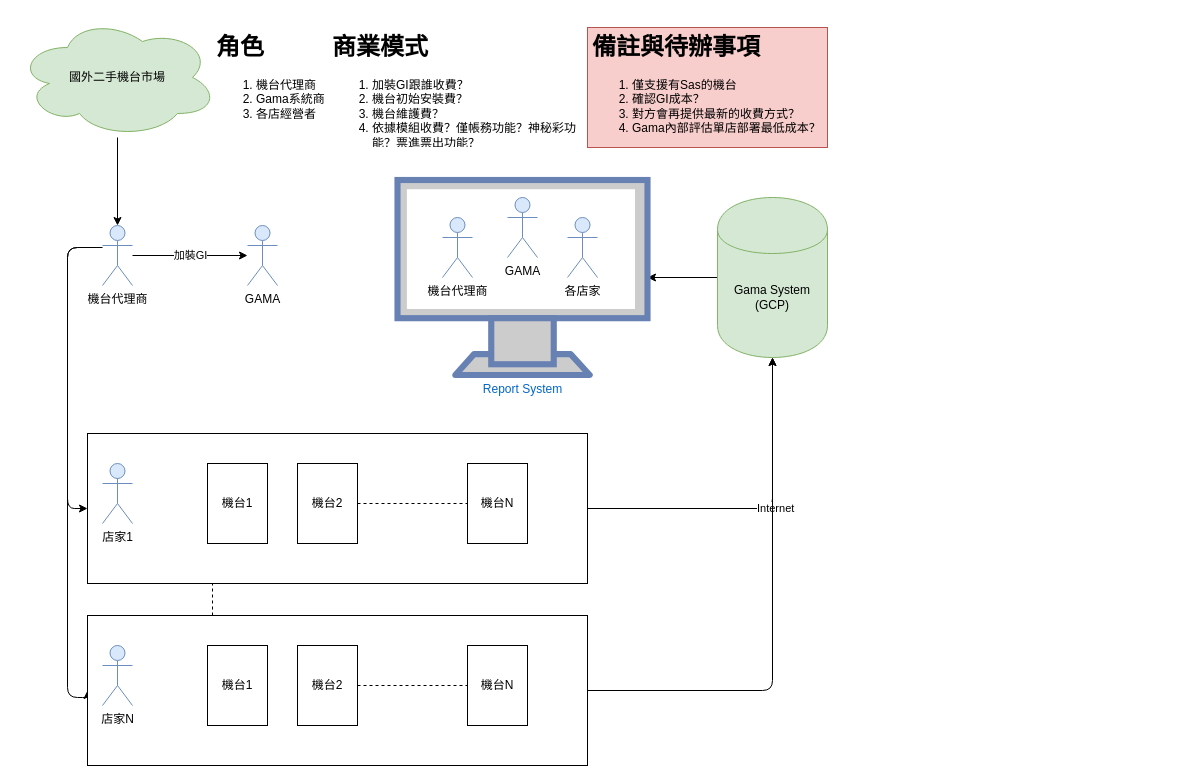
pingle1202/JiraFlow keeps this draw.io diagram as GCMS New.drawio. Above is the earlier version. Source tidied: cells renumbered, new cells numbered last; positions are measured from the earlier drawing's top-left corner, leaving out a move shared by most shapes. Both pictures are drawn from the tidied source at 100%, with x=0, y=0 at pixel (17, 17).
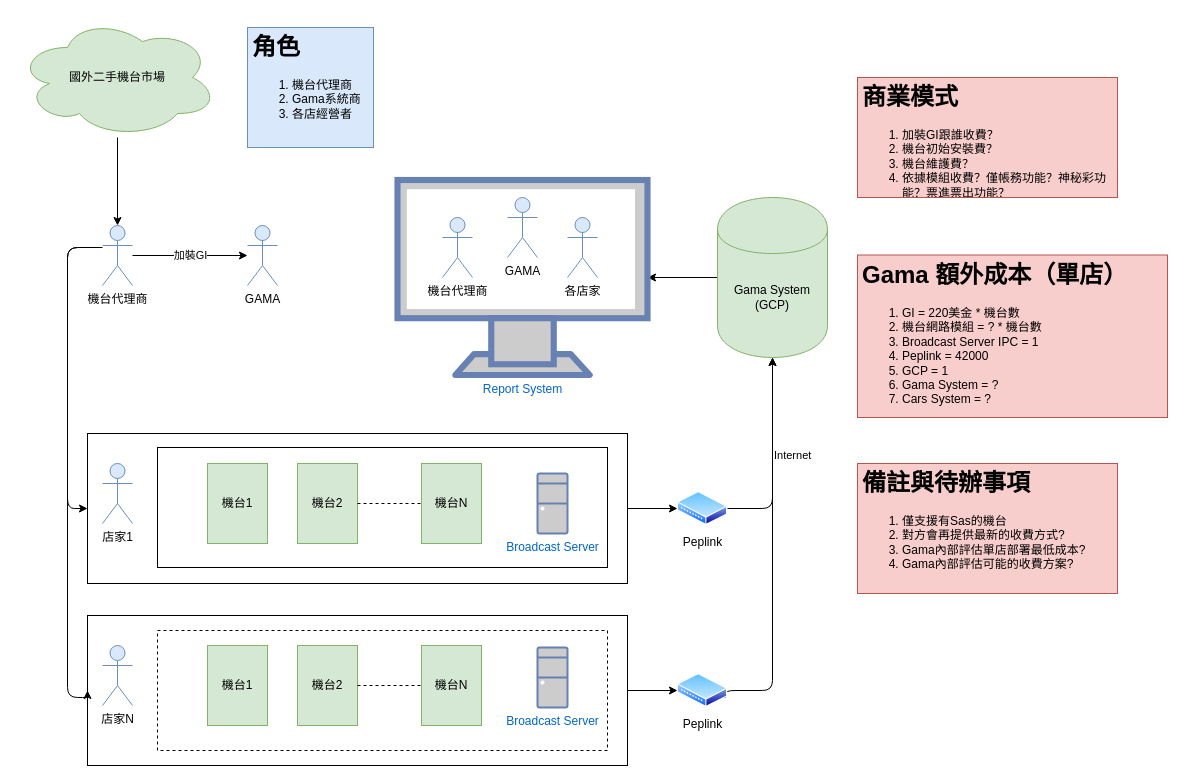
After the change.

Unchanged cells that the change refers to:
```xml
<mxCell id="25" value="Gama System&lt;br&gt;(GCP)" style="shape=cylinder;whiteSpace=wrap;html=1;boundedLbl=1;backgroundOutline=1;fillColor=#d5e8d4;strokeColor=#82b366;" parent="1" vertex="1">
  <mxGeometry x="700" y="180" width="110" height="160" as="geometry" />
</mxCell>
```

Diff of the diagram source:
```diff
@@
+    <mxCell id="16" style="rounded=0;whiteSpace=wrap;html=1;" parent="1" vertex="1">
+      <mxGeometry x="70" y="598" width="540" height="150" as="geometry" />
+    </mxCell>
+    <mxCell id="33" style="rounded=0;whiteSpace=wrap;html=1;dashed=1;" parent="1" vertex="1">
+      <mxGeometry x="140" y="613" width="450" height="120" as="geometry" />
+    </mxCell>
+    <mxCell id="3" style="rounded=0;whiteSpace=wrap;html=1;" parent="1" vertex="1">
+      <mxGeometry x="70" y="416" width="540" height="150" as="geometry" />
+    </mxCell>
+    <mxCell id="34" style="rounded=0;whiteSpace=wrap;html=1;" parent="1" vertex="1">
+      <mxGeometry x="140" y="430" width="450" height="120" as="geometry" />
+    </mxCell>
-    <mxCell id="2" value="Internet" style="edgeStyle=orthogonalEdgeStyle;rounded=1;jettySize=auto;html=1;entryX=0.5;entryY=1;entryDx=0;entryDy=0;align=left;" parent="1" edge="1" source="3" target="25">
-      <mxGeometry relative="1" as="geometry" />
+    <mxCell id="2" value="Internet" style="edgeStyle=orthogonalEdgeStyle;rounded=1;jettySize=auto;html=1;entryX=0.5;entryY=1;entryDx=0;entryDy=0;align=left;exitX=1;exitY=0.5;exitDx=0;exitDy=0;" parent="1" edge="1" source="38" target="25">
+      <mxGeometry relative="1" as="geometry">
+        <Array as="points">
+          <mxPoint x="755" y="491" />
+        </Array>
+      </mxGeometry>
     </mxCell>
-    <mxCell id="3" style="rounded=0;whiteSpace=wrap;html=1;" parent="1" vertex="1">
-      <mxGeometry x="70" y="416" width="500" height="150" as="geometry" />
-    </mxCell>
+    <mxCell id="35" style="edgeStyle=orthogonalEdgeStyle;rounded=1;jettySize=auto;html=1;entryX=0;entryY=0.5;entryDx=0;entryDy=0;" parent="1" edge="1" source="3" target="38">
+      <mxGeometry relative="1" as="geometry" />
+    </mxCell>
@@
-    <mxCell id="10" value="&lt;h1&gt;角色&lt;/h1&gt;&lt;p&gt;&lt;/p&gt;&lt;ol&gt;&lt;li&gt;機台代理商&lt;/li&gt;&lt;li&gt;Gama系統商&lt;/li&gt;&lt;li&gt;各店經營者&lt;/li&gt;&lt;/ol&gt;&lt;p&gt;&lt;/p&gt;" style="text;html=1;strokeColor=none;fillColor=none;spacing=5;spacingTop=-20;whiteSpace=wrap;overflow=hidden;rounded=0;" parent="1" vertex="1">
-      <mxGeometry x="194" y="10" width="190" height="120" as="geometry" />
+    <mxCell id="10" value="&lt;h1&gt;角色&lt;/h1&gt;&lt;p&gt;&lt;/p&gt;&lt;ol&gt;&lt;li&gt;機台代理商&lt;/li&gt;&lt;li&gt;Gama系統商&lt;/li&gt;&lt;li&gt;各店經營者&lt;/li&gt;&lt;/ol&gt;&lt;p&gt;&lt;/p&gt;" style="text;html=1;spacing=5;spacingTop=-20;whiteSpace=wrap;overflow=hidden;rounded=0;fillColor=#dae8fc;strokeColor=#6c8ebf;" parent="1" vertex="1">
+      <mxGeometry x="230" y="10" width="126" height="120" as="geometry" />
     </mxCell>
-    <mxCell id="11" value="機台1" style="rounded=0;whiteSpace=wrap;html=1;" parent="1" vertex="1">
+    <mxCell id="11" value="機台1" style="rounded=0;whiteSpace=wrap;html=1;fillColor=#d5e8d4;strokeColor=#82b366;" parent="1" vertex="1">
       <mxGeometry x="190" y="446" width="60" height="80" as="geometry" />
     </mxCell>
-    <mxCell id="12" value="機台2" style="rounded=0;whiteSpace=wrap;html=1;" parent="1" vertex="1">
+    <mxCell id="12" value="機台2" style="rounded=0;whiteSpace=wrap;html=1;fillColor=#d5e8d4;strokeColor=#82b366;" parent="1" vertex="1">
       <mxGeometry x="280" y="446" width="60" height="80" as="geometry" />
     </mxCell>
-    <mxCell id="13" value="機台N" style="rounded=0;whiteSpace=wrap;html=1;" parent="1" vertex="1">
-      <mxGeometry x="450" y="446" width="60" height="80" as="geometry" />
+    <mxCell id="13" value="機台N" style="rounded=0;whiteSpace=wrap;html=1;fillColor=#d5e8d4;strokeColor=#82b366;" parent="1" vertex="1">
+      <mxGeometry x="404" y="446" width="60" height="80" as="geometry" />
     </mxCell>
@@
-    <mxCell id="15" style="edgeStyle=orthogonalEdgeStyle;rounded=1;jettySize=auto;html=1;entryX=0.5;entryY=1;entryDx=0;entryDy=0;" parent="1" edge="1" source="16" target="25">
-      <mxGeometry relative="1" as="geometry" />
-    </mxCell>
-    <mxCell id="16" style="rounded=0;whiteSpace=wrap;html=1;" parent="1" vertex="1">
-      <mxGeometry x="70" y="598" width="500" height="150" as="geometry" />
-    </mxCell>
@@
-    <mxCell id="18" value="機台1" style="rounded=0;whiteSpace=wrap;html=1;" parent="1" vertex="1">
+    <mxCell id="18" value="機台1" style="rounded=0;whiteSpace=wrap;html=1;fillColor=#d5e8d4;strokeColor=#82b366;" parent="1" vertex="1">
       <mxGeometry x="190" y="628" width="60" height="80" as="geometry" />
     </mxCell>
-    <mxCell id="19" value="機台2" style="rounded=0;whiteSpace=wrap;html=1;" parent="1" vertex="1">
+    <mxCell id="19" value="機台2" style="rounded=0;whiteSpace=wrap;html=1;fillColor=#d5e8d4;strokeColor=#82b366;" parent="1" vertex="1">
       <mxGeometry x="280" y="628" width="60" height="80" as="geometry" />
     </mxCell>
-    <mxCell id="20" value="機台N" style="rounded=0;whiteSpace=wrap;html=1;" parent="1" vertex="1">
-      <mxGeometry x="450" y="628" width="60" height="80" as="geometry" />
+    <mxCell id="20" value="機台N" style="rounded=0;whiteSpace=wrap;html=1;fillColor=#d5e8d4;strokeColor=#82b366;" parent="1" vertex="1">
+      <mxGeometry x="404" y="628" width="60" height="80" as="geometry" />
     </mxCell>
@@
-    <mxCell id="22" style="endArrow=none;dashed=1;html=1;exitX=0.25;exitY=0;exitDx=0;exitDy=0;entryX=0.25;entryY=1;entryDx=0;entryDy=0;" parent="1" edge="1" source="16" target="3">
-      <mxGeometry relative="1" as="geometry" />
-    </mxCell>
-    <mxCell id="23" value="&lt;h1&gt;商業模式&lt;/h1&gt;&lt;p&gt;&lt;/p&gt;&lt;ol&gt;&lt;li&gt;加裝GI跟誰收費？&lt;/li&gt;&lt;li&gt;機台初始安裝費？&lt;/li&gt;&lt;li&gt;機台維護費？&lt;/li&gt;&lt;li&gt;依據模組收費？僅帳務功能？神秘彩功能？票進票出功能？&lt;/li&gt;&lt;/ol&gt;&lt;p&gt;&lt;/p&gt;" style="text;html=1;strokeColor=none;fillColor=none;spacing=5;spacingTop=-20;whiteSpace=wrap;overflow=hidden;rounded=0;" parent="1" vertex="1">
-      <mxGeometry x="310" y="10" width="260" height="120" as="geometry" />
+    <mxCell id="23" value="&lt;h1&gt;商業模式&lt;/h1&gt;&lt;p&gt;&lt;/p&gt;&lt;ol&gt;&lt;li&gt;加裝GI跟誰收費？&lt;/li&gt;&lt;li&gt;機台初始安裝費？&lt;/li&gt;&lt;li&gt;機台維護費？&lt;/li&gt;&lt;li&gt;依據模組收費？僅帳務功能？神秘彩功能？票進票出功能？&lt;/li&gt;&lt;/ol&gt;&lt;p&gt;&lt;/p&gt;" style="text;html=1;strokeColor=#b85450;fillColor=#f8cecc;spacing=5;spacingTop=-20;whiteSpace=wrap;overflow=hidden;rounded=0;" parent="1" vertex="1">
+      <mxGeometry x="840" y="60" width="260" height="120" as="geometry" />
     </mxCell>
@@
-    <mxCell id="32" value="&lt;h1&gt;備註與待辦事項&lt;/h1&gt;&lt;p&gt;&lt;/p&gt;&lt;ol&gt;&lt;li&gt;僅支援有Sas的機台&lt;/li&gt;&lt;li&gt;確認GI成本？&lt;/li&gt;&lt;li&gt;對方會再提供最新的收費方式？&lt;/li&gt;&lt;li&gt;Gama內部評估單店部署最低成本？&lt;/li&gt;&lt;/ol&gt;&lt;p&gt;&lt;/p&gt;" style="text;html=1;strokeColor=#b85450;fillColor=#f8cecc;spacing=5;spacingTop=-20;whiteSpace=wrap;overflow=hidden;rounded=0;" parent="1" vertex="1">
-      <mxGeometry x="570" y="10" width="240" height="120" as="geometry" />
+    <mxCell id="32" value="&lt;h1&gt;備註與待辦事項&lt;/h1&gt;&lt;p&gt;&lt;/p&gt;&lt;ol&gt;&lt;li&gt;僅支援有Sas的機台&lt;/li&gt;&lt;li&gt;對方會再提供最新的收費方式?&lt;/li&gt;&lt;li&gt;Gama內部評估單店部署最低成本?&lt;/li&gt;&lt;li&gt;Gama內部評估可能的收費方案?&lt;/li&gt;&lt;/ol&gt;&lt;p&gt;&lt;/p&gt;" style="text;html=1;strokeColor=#b85450;fillColor=#f8cecc;spacing=5;spacingTop=-20;whiteSpace=wrap;overflow=hidden;rounded=0;" parent="1" vertex="1">
+      <mxGeometry x="840" y="446" width="260" height="130" as="geometry" />
     </mxCell>
+    <mxCell id="36" style="edgeStyle=orthogonalEdgeStyle;rounded=1;jettySize=auto;html=1;entryX=0.5;entryY=1;entryDx=0;entryDy=0;exitX=1;exitY=0.75;exitDx=0;exitDy=0;" parent="1" edge="1" source="39" target="25">
+      <mxGeometry relative="1" as="geometry">
+        <Array as="points">
+          <mxPoint x="707" y="673" />
+          <mxPoint x="755" y="673" />
+        </Array>
+      </mxGeometry>
+    </mxCell>
+    <mxCell id="37" style="edgeStyle=orthogonalEdgeStyle;rounded=1;jettySize=auto;html=1;entryX=0;entryY=0.5;entryDx=0;entryDy=0;" parent="1" edge="1" source="16" target="39">
+      <mxGeometry relative="1" as="geometry" />
+    </mxCell>
+    <mxCell id="38" value="Peplink" style="perimeter=ellipsePerimeter;html=1;align=center;shadow=0;dashed=0;spacingTop=3;image;image=img/lib/active_directory/wiring_hub.svg;" parent="1" vertex="1">
+      <mxGeometry x="660" y="474" width="50" height="34" as="geometry" />
+    </mxCell>
+    <mxCell id="39" value="Peplink" style="perimeter=ellipsePerimeter;html=1;align=center;shadow=0;dashed=0;spacingTop=3;image;image=img/lib/active_directory/wiring_hub.svg;" parent="1" vertex="1">
+      <mxGeometry x="660" y="656" width="50" height="34" as="geometry" />
+    </mxCell>
+    <mxCell id="40" value="Broadcast Server" style="fontColor=#0066CC;verticalAlign=top;verticalLabelPosition=bottom;labelPosition=center;align=center;html=1;fillColor=#CCCCCC;strokeColor=#6881B3;gradientColor=none;gradientDirection=north;strokeWidth=2;shape=mxgraph.networks.desktop_pc;" parent="1" vertex="1">
+      <mxGeometry x="520" y="456" width="30" height="60" as="geometry" />
+    </mxCell>
+    <mxCell id="41" value="Broadcast Server" style="fontColor=#0066CC;verticalAlign=top;verticalLabelPosition=bottom;labelPosition=center;align=center;html=1;fillColor=#CCCCCC;strokeColor=#6881B3;gradientColor=none;gradientDirection=north;strokeWidth=2;shape=mxgraph.networks.desktop_pc;" parent="1" vertex="1">
+      <mxGeometry x="520" y="630" width="30" height="60" as="geometry" />
+    </mxCell>
+    <mxCell id="42" value="&lt;h1&gt;Gama 額外成本（單店）&lt;/h1&gt;&lt;p&gt;&lt;/p&gt;&lt;ol&gt;&lt;li&gt;GI = 220美金 * 機台數&lt;/li&gt;&lt;li&gt;機台網路模組 = ? * 機台數&lt;/li&gt;&lt;li&gt;Broadcast Server IPC = 1&lt;/li&gt;&lt;li&gt;Peplink = 42000&lt;/li&gt;&lt;li&gt;GCP = 1&lt;/li&gt;&lt;li&gt;Gama System = ?&lt;/li&gt;&lt;li&gt;Cars System = ?&lt;/li&gt;&lt;/ol&gt;&lt;p&gt;&lt;/p&gt;" style="text;html=1;strokeColor=#b85450;fillColor=#f8cecc;spacing=5;spacingTop=-20;whiteSpace=wrap;overflow=hidden;rounded=0;" parent="1" vertex="1">
+      <mxGeometry x="840" y="237.5" width="310" height="162.5" as="geometry" />
+    </mxCell>
```
